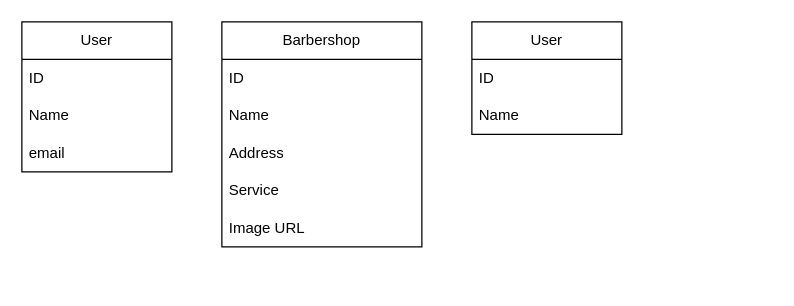
manoelmaciel/Contacts keeps this draw.io diagram as Untitled Diagram.drawio. Above is the earlier version. Source tidied: cells renumbered, new cells numbered last; positions are measured from the earlier drawing's top-left corner, leaving out a move shared by most shapes. Both pictures are drawn from the tidied source at 125%, with x=0, y=0 at pixel (21, 21).
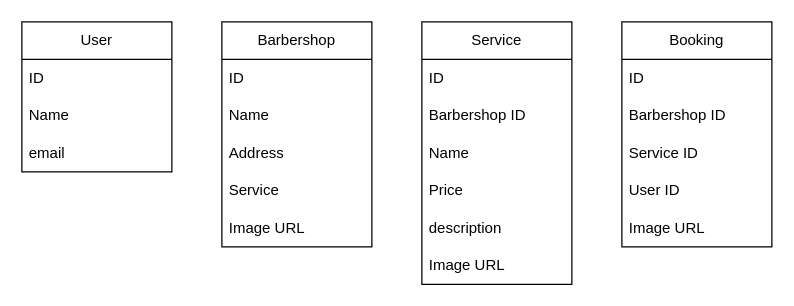
The same page after the edit.

Change to the diagram source:
```diff
@@
     <mxCell id="6" value="Barbershop" style="swimlane;fontStyle=0;horizontal=1;startSize=30;whiteSpace=wrap;html=1;" parent="1" vertex="1">
-      <mxGeometry x="160" width="160" height="180" as="geometry" />
+      <mxGeometry x="160" width="120" height="180" as="geometry" />
     </mxCell>
     <mxCell id="7" value="ID" style="text;strokeColor=none;fillColor=none;align=left;verticalAlign=middle;spacingLeft=4;spacingRight=4;overflow=hidden;whiteSpace=wrap;html=1;" parent="6" vertex="1">
-      <mxGeometry y="30" width="160" height="30" as="geometry" />
+      <mxGeometry y="30" width="120" height="30" as="geometry" />
     </mxCell>
     <mxCell id="8" value="Name" style="text;strokeColor=none;fillColor=none;align=left;verticalAlign=middle;spacingLeft=4;spacingRight=4;overflow=hidden;whiteSpace=wrap;html=1;" parent="6" vertex="1">
-      <mxGeometry y="60" width="160" height="30" as="geometry" />
+      <mxGeometry y="60" width="120" height="30" as="geometry" />
     </mxCell>
     <mxCell id="9" value="Address" style="text;strokeColor=none;fillColor=none;align=left;verticalAlign=middle;spacingLeft=4;spacingRight=4;overflow=hidden;whiteSpace=wrap;html=1;" parent="6" vertex="1">
-      <mxGeometry y="90" width="160" height="30" as="geometry" />
+      <mxGeometry y="90" width="120" height="30" as="geometry" />
     </mxCell>
     <mxCell id="10" value="Service" style="text;strokeColor=none;fillColor=none;align=left;verticalAlign=middle;spacingLeft=4;spacingRight=4;overflow=hidden;whiteSpace=wrap;html=1;" parent="6" vertex="1">
-      <mxGeometry y="120" width="160" height="30" as="geometry" />
+      <mxGeometry y="120" width="120" height="30" as="geometry" />
     </mxCell>
     <mxCell id="11" value="Image URL" style="text;strokeColor=none;fillColor=none;align=left;verticalAlign=middle;spacingLeft=4;spacingRight=4;overflow=hidden;whiteSpace=wrap;html=1;" parent="6" vertex="1">
-      <mxGeometry y="150" width="160" height="30" as="geometry" />
+      <mxGeometry y="150" width="120" height="30" as="geometry" />
     </mxCell>
-    <mxCell id="12" value="User" style="swimlane;fontStyle=0;horizontal=1;startSize=30;whiteSpace=wrap;html=1;" parent="1" vertex="1">
-      <mxGeometry x="360" width="120" height="90" as="geometry" />
+    <mxCell id="12" value="Service" style="swimlane;fontStyle=0;horizontal=1;startSize=30;whiteSpace=wrap;html=1;" parent="1" vertex="1">
+      <mxGeometry x="320" width="120" height="210" as="geometry" />
     </mxCell>
@@
-    <mxCell id="14" value="Name" style="text;strokeColor=none;fillColor=none;align=left;verticalAlign=middle;spacingLeft=4;spacingRight=4;overflow=hidden;whiteSpace=wrap;html=1;" parent="12" vertex="1">
+    <mxCell id="14" value="Barbershop ID" style="text;strokeColor=none;fillColor=none;align=left;verticalAlign=middle;spacingLeft=4;spacingRight=4;overflow=hidden;whiteSpace=wrap;html=1;" parent="12" vertex="1">
       <mxGeometry y="60" width="120" height="30" as="geometry" />
     </mxCell>
+    <mxCell id="15" value="Name" style="text;strokeColor=none;fillColor=none;align=left;verticalAlign=middle;spacingLeft=4;spacingRight=4;overflow=hidden;whiteSpace=wrap;html=1;" parent="12" vertex="1">
+      <mxGeometry y="90" width="120" height="30" as="geometry" />
+    </mxCell>
+    <mxCell id="16" value="Price" style="text;strokeColor=none;fillColor=none;align=left;verticalAlign=middle;spacingLeft=4;spacingRight=4;overflow=hidden;whiteSpace=wrap;html=1;" parent="12" vertex="1">
+      <mxGeometry y="120" width="120" height="30" as="geometry" />
+    </mxCell>
+    <mxCell id="17" value="description" style="text;strokeColor=none;fillColor=none;align=left;verticalAlign=middle;spacingLeft=4;spacingRight=4;overflow=hidden;whiteSpace=wrap;html=1;" parent="12" vertex="1">
+      <mxGeometry y="150" width="120" height="30" as="geometry" />
+    </mxCell>
+    <mxCell id="18" value="Image URL" style="text;strokeColor=none;fillColor=none;align=left;verticalAlign=middle;spacingLeft=4;spacingRight=4;overflow=hidden;whiteSpace=wrap;html=1;" parent="12" vertex="1">
+      <mxGeometry y="180" width="120" height="30" as="geometry" />
+    </mxCell>
+    <mxCell id="19" value="Booking" style="swimlane;fontStyle=0;horizontal=1;startSize=30;whiteSpace=wrap;html=1;" parent="1" vertex="1">
+      <mxGeometry x="480" width="120" height="180" as="geometry" />
+    </mxCell>
+    <mxCell id="20" value="ID" style="text;strokeColor=none;fillColor=none;align=left;verticalAlign=middle;spacingLeft=4;spacingRight=4;overflow=hidden;whiteSpace=wrap;html=1;" parent="19" vertex="1">
+      <mxGeometry y="30" width="120" height="30" as="geometry" />
+    </mxCell>
+    <mxCell id="21" value="Barbershop ID" style="text;strokeColor=none;fillColor=none;align=left;verticalAlign=middle;spacingLeft=4;spacingRight=4;overflow=hidden;whiteSpace=wrap;html=1;" parent="19" vertex="1">
+      <mxGeometry y="60" width="120" height="30" as="geometry" />
+    </mxCell>
+    <mxCell id="22" value="Service ID" style="text;strokeColor=none;fillColor=none;align=left;verticalAlign=middle;spacingLeft=4;spacingRight=4;overflow=hidden;whiteSpace=wrap;html=1;" parent="19" vertex="1">
+      <mxGeometry y="90" width="120" height="30" as="geometry" />
+    </mxCell>
+    <mxCell id="23" value="User ID" style="text;strokeColor=none;fillColor=none;align=left;verticalAlign=middle;spacingLeft=4;spacingRight=4;overflow=hidden;whiteSpace=wrap;html=1;" parent="19" vertex="1">
+      <mxGeometry y="120" width="120" height="30" as="geometry" />
+    </mxCell>
+    <mxCell id="24" value="Image URL" style="text;strokeColor=none;fillColor=none;align=left;verticalAlign=middle;spacingLeft=4;spacingRight=4;overflow=hidden;whiteSpace=wrap;html=1;" parent="19" vertex="1">
+      <mxGeometry y="150" width="120" height="30" as="geometry" />
+    </mxCell>
```
